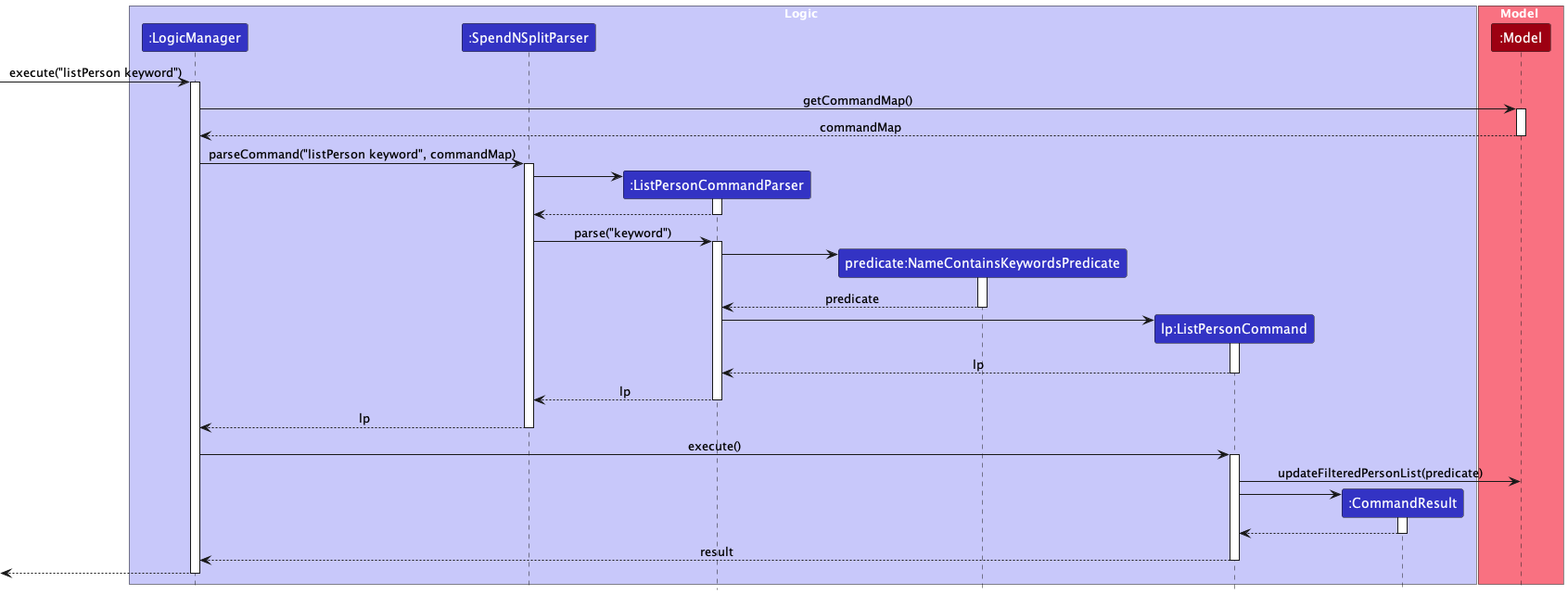
This is docs/images/ListPersonSequenceDiagram.png from wui-hong/tp, a PlantUML export, as it was before one commit.
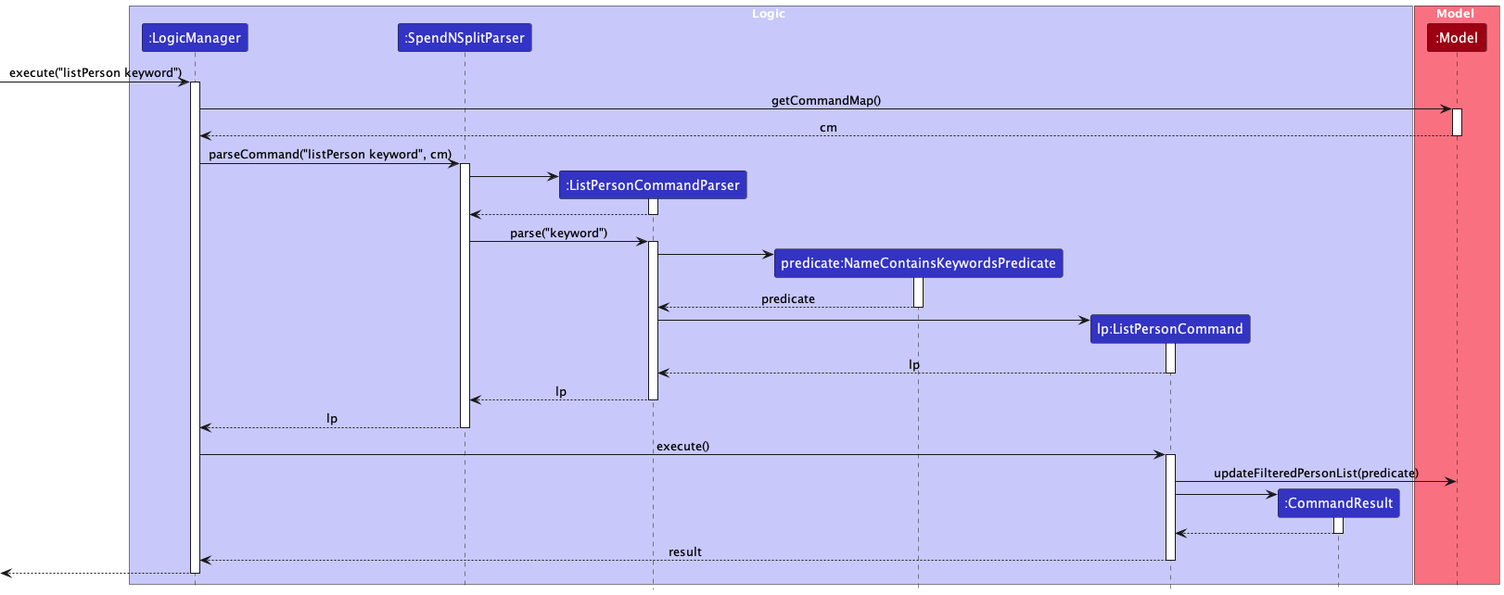
Above is the later version.

Commit message:
Shorten sequence diagrams

Diff of the diagram source:
```diff
@@ -20,10 +20,10 @@
 
 LogicManager -> Model : getCommandMap()
 activate Model
-Model --> LogicManager : commandMap
+Model --> LogicManager : cm
 deactivate Model
 
-LogicManager -> SpendNSplitParser : parseCommand("listPerson keyword", commandMap)
+LogicManager -> SpendNSplitParser : parseCommand("listPerson keyword", cm)
 activate SpendNSplitParser
 
 create ListPersonCommandParser
```
